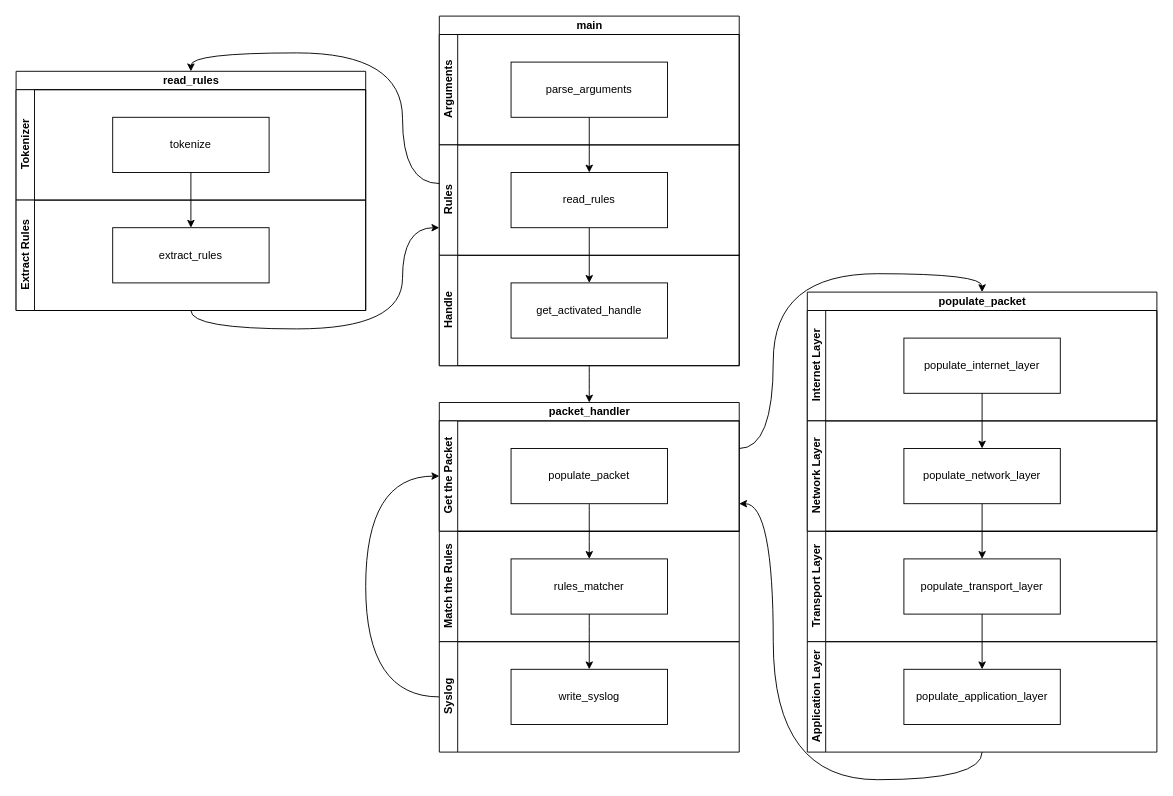
The draw.io diagram markdown-explanations/images/software-architecture.drawio in FlorianFichet/B2-IR209-IDS, before the edit. Source tidied: cells renumbered, new cells numbered last; positions are measured from the earlier drawing's top-left corner, leaving out a move shared by most shapes. Both pictures are drawn from the tidied source at 92%, with x=0, y=0 at pixel (16, 16).
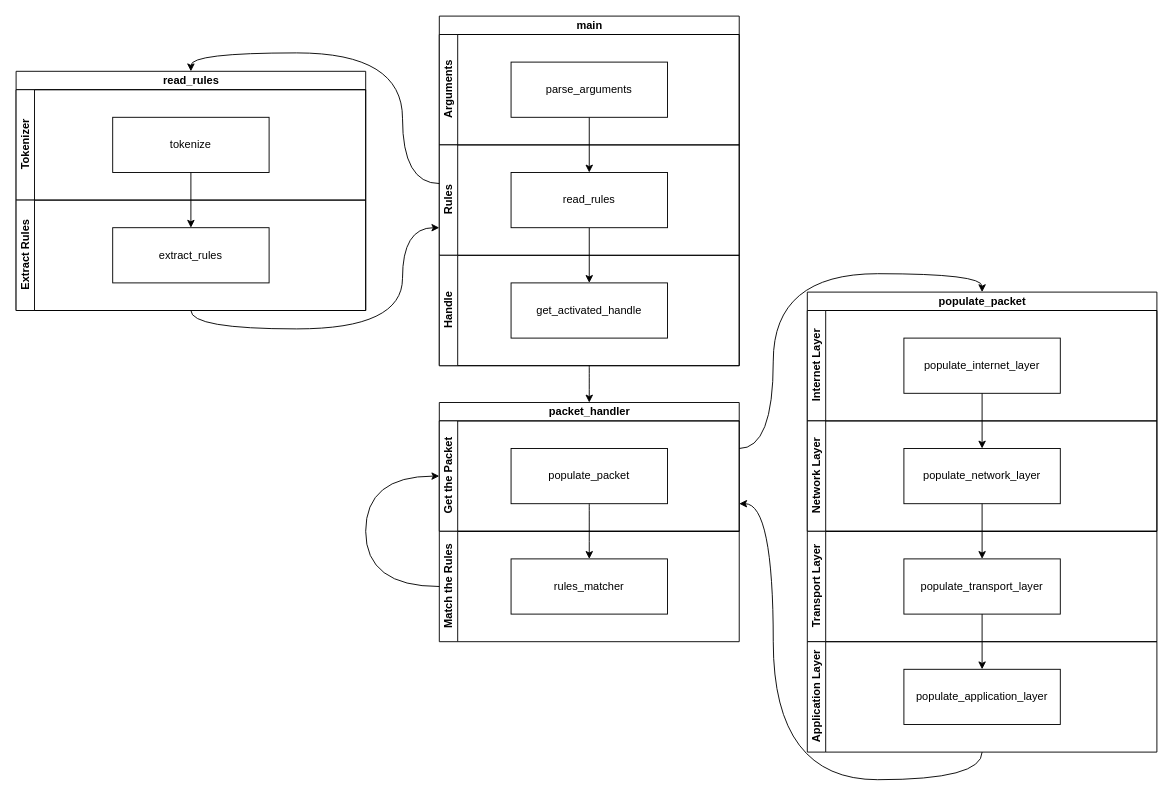
The same page after the edit.

Commit message (it also covers changes not shown here):
add section "Architecture du projet"

Unchanged cells that the change refers to:
```xml
<mxCell id="27" value="Get the Packet" style="swimlane;html=1;startSize=20;horizontal=0;" parent="26" vertex="1">
  <mxGeometry y="20" width="326" height="120" as="geometry" />
</mxCell>
<mxCell id="29" value="Match the Rules" style="swimlane;html=1;startSize=20;horizontal=0;" parent="1" vertex="1">
  <mxGeometry x="460" y="560" width="326" height="120" as="geometry" />
</mxCell>
<mxCell id="30" value="rules_matcher" style="whiteSpace=wrap;html=1;align=center;newEdgeStyle={&quot;edgeStyle&quot;:&quot;elbowEdgeStyle&quot;,&quot;startArrow&quot;:&quot;none&quot;,&quot;endArrow&quot;:&quot;none&quot;};" parent="29" vertex="1">
  <mxGeometry x="78" y="30" width="170" height="60" as="geometry" />
</mxCell>
```

What changed in the source:
```diff
@@
-    <mxCell id="31" style="edgeStyle=orthogonalEdgeStyle;curved=1;rounded=0;jettySize=auto;html=1;entryX=0;entryY=0.5;entryDx=0;entryDy=0;exitX=0;exitY=0.5;exitDx=0;exitDy=0;" parent="1" edge="1" source="32" target="27">
+    <mxCell id="31" style="edgeStyle=orthogonalEdgeStyle;curved=1;rounded=0;jettySize=auto;html=1;entryX=0;entryY=0.5;entryDx=0;entryDy=0;exitX=0;exitY=0.5;exitDx=0;exitDy=0;" parent="1" edge="1" source="29" target="27">
       <mxGeometry relative="1" as="geometry">
         <Array as="points">
-          <mxPoint x="380" y="740" />
+          <mxPoint x="380" y="620" />
           <mxPoint x="380" y="500" />
         </Array>
       </mxGeometry>
     </mxCell>
-    <mxCell id="32" value="Syslog" style="swimlane;html=1;startSize=20;horizontal=0;" parent="1" vertex="1">
-      <mxGeometry x="460" y="680" width="326" height="120" as="geometry" />
-    </mxCell>
-    <mxCell id="33" value="write_syslog" style="whiteSpace=wrap;html=1;align=center;newEdgeStyle={&quot;edgeStyle&quot;:&quot;elbowEdgeStyle&quot;,&quot;startArrow&quot;:&quot;none&quot;,&quot;endArrow&quot;:&quot;none&quot;};" parent="32" vertex="1">
-      <mxGeometry x="78" y="30" width="170" height="60" as="geometry" />
-    </mxCell>
@@
-    <mxCell id="35" style="edgeStyle=orthogonalEdgeStyle;curved=1;rounded=0;jettySize=auto;html=1;entryX=0.5;entryY=0;entryDx=0;entryDy=0;" parent="1" edge="1" source="30" target="33">
-      <mxGeometry relative="1" as="geometry" />
-    </mxCell>
```
